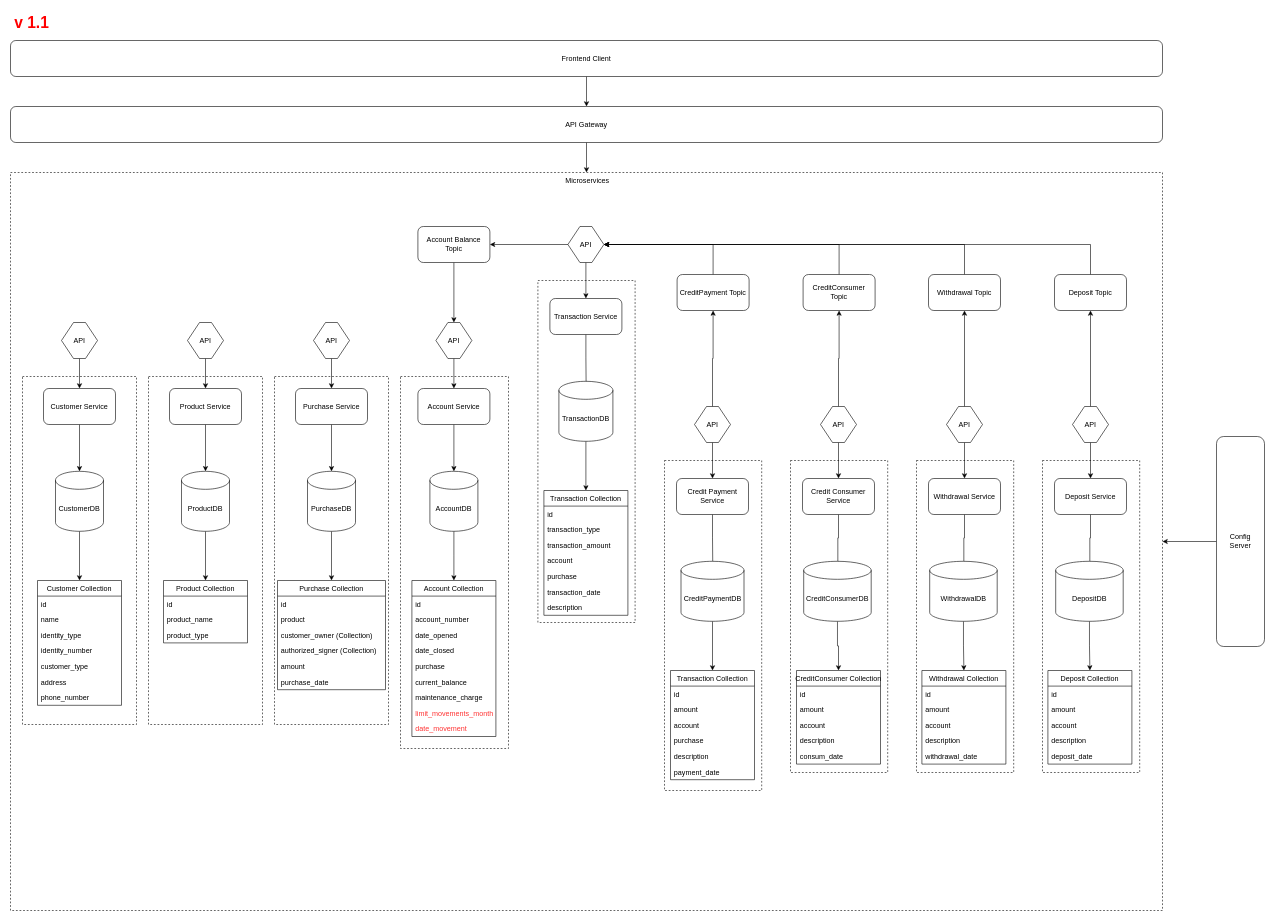
Above: proyecto-1.drawio in marco-cabrejos/everis-entregable-1 (draw.io), before the change. Source tidied: cells renumbered, new cells numbered last; positions are measured from the earlier drawing's top-left corner, leaving out a move shared by most shapes. Both pictures are drawn from the tidied source at 60%, with x=0, y=0 at pixel (10, 10).
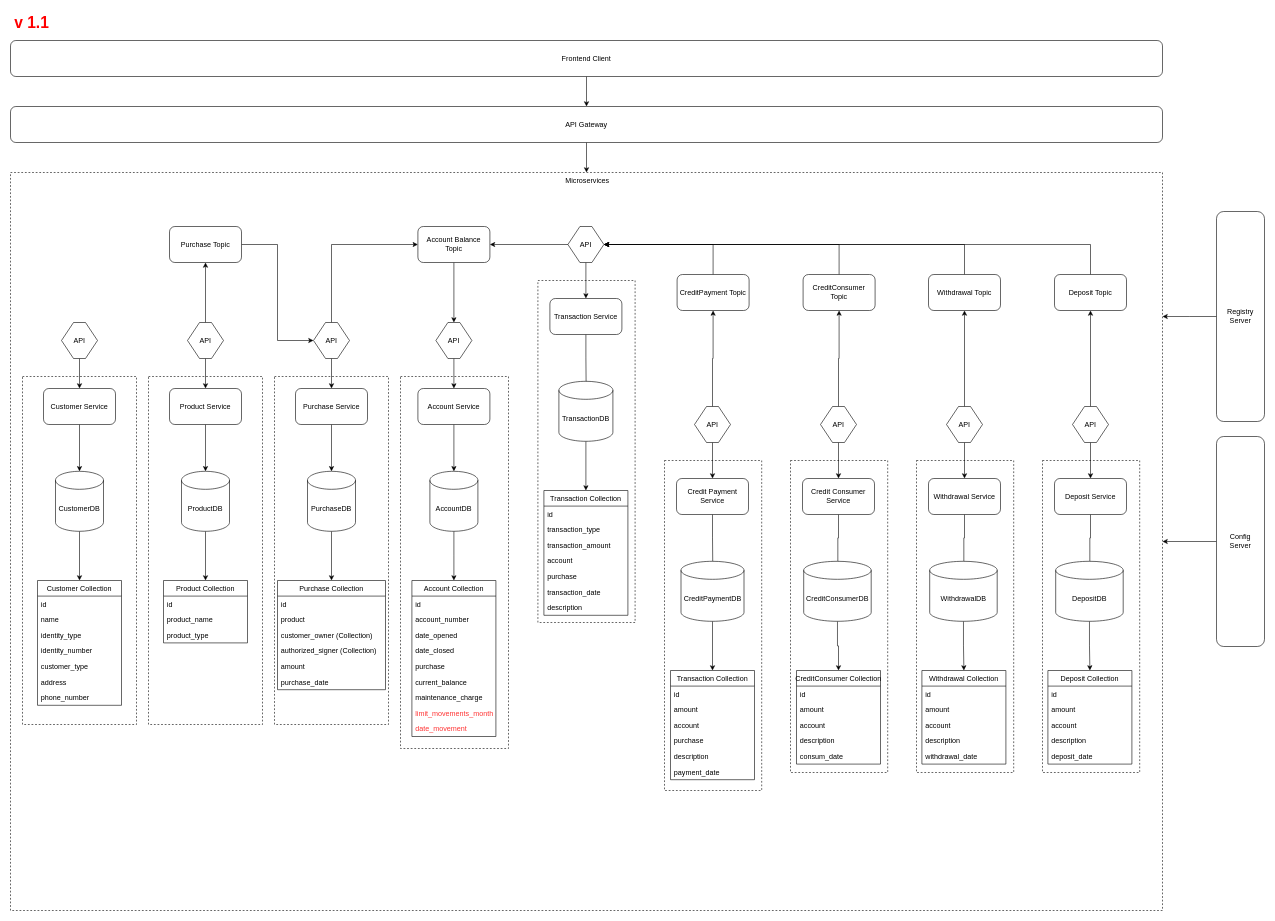
After the change.

The change refers to these unchanged cells:
```xml
<mxCell id="62" value="API" style="shape=hexagon;perimeter=hexagonPerimeter2;whiteSpace=wrap;html=1;fixedSize=1;align=center;verticalAlign=middle;" parent="1" vertex="1">
  <mxGeometry x="295" y="520" width="60" height="60" as="geometry" />
</mxCell>
<mxCell id="64" value="API" style="shape=hexagon;perimeter=hexagonPerimeter2;whiteSpace=wrap;html=1;fixedSize=1;align=center;verticalAlign=middle;" parent="1" vertex="1">
  <mxGeometry x="505" y="520" width="60" height="60" as="geometry" />
</mxCell>
<mxCell id="148" value="Account Balance Topic" style="rounded=1;whiteSpace=wrap;html=1;align=center;verticalAlign=middle;" parent="1" vertex="1">
  <mxGeometry x="679" y="360" width="120" height="60" as="geometry" />
</mxCell>
```

The edit, as a diff of the source:
```diff
@@
+    <mxCell id="150" style="edgeStyle=orthogonalEdgeStyle;rounded=0;jettySize=auto;html=1;" parent="1" edge="1" source="62" target="153">
+      <mxGeometry relative="1" as="geometry" />
+    </mxCell>
@@
+    <mxCell id="151" style="edgeStyle=orthogonalEdgeStyle;rounded=0;jettySize=auto;html=1;entryX=0;entryY=0.5;entryDx=0;entryDy=0;" parent="1" edge="1" source="64" target="148">
+      <mxGeometry relative="1" as="geometry">
+        <Array as="points">
+          <mxPoint x="535" y="390" />
+        </Array>
+      </mxGeometry>
+    </mxCell>
@@
+    <mxCell id="152" style="edgeStyle=orthogonalEdgeStyle;rounded=0;jettySize=auto;html=1;exitX=1;exitY=0.5;exitDx=0;exitDy=0;entryX=0;entryY=0.5;entryDx=0;entryDy=0;" parent="1" edge="1" source="153" target="64">
+      <mxGeometry relative="1" as="geometry" />
+    </mxCell>
+    <mxCell id="153" value="Purchase Topic" style="rounded=1;whiteSpace=wrap;html=1;align=center;verticalAlign=middle;" parent="1" vertex="1">
+      <mxGeometry x="265" y="360" width="120" height="60" as="geometry" />
+    </mxCell>
+    <mxCell id="154" style="edgeStyle=orthogonalEdgeStyle;rounded=0;jettySize=auto;html=1;entryX=1;entryY=0.5;entryDx=0;entryDy=0;fontColor=#FF3333;" parent="1" edge="1" source="155">
+      <mxGeometry relative="1" as="geometry">
+        <mxPoint x="1920" y="510" as="targetPoint" />
+      </mxGeometry>
+    </mxCell>
+    <mxCell id="155" value="Registry Server" style="rounded=1;whiteSpace=wrap;html=1;align=center;verticalAlign=middle;" parent="1" vertex="1">
+      <mxGeometry x="2010" y="335" width="80" height="350" as="geometry" />
+    </mxCell>
```
